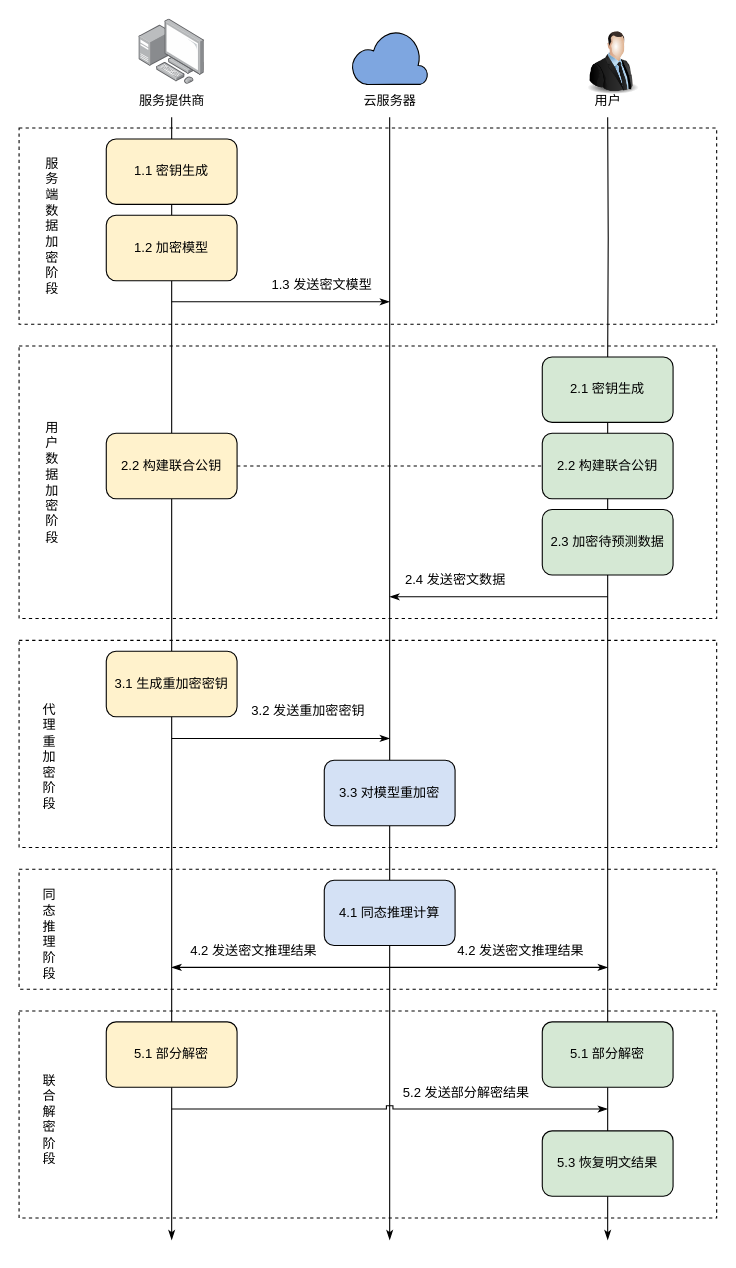
Above: figures/方案流程图.drawio in mokatto/drawio (draw.io), before the change. Source tidied: cells renumbered, new cells numbered last; positions are measured from the earlier drawing's top-left corner, leaving out a move shared by most shapes. Both pictures are drawn from the tidied source at 109%, with x=0, y=0 at pixel (19, 19).
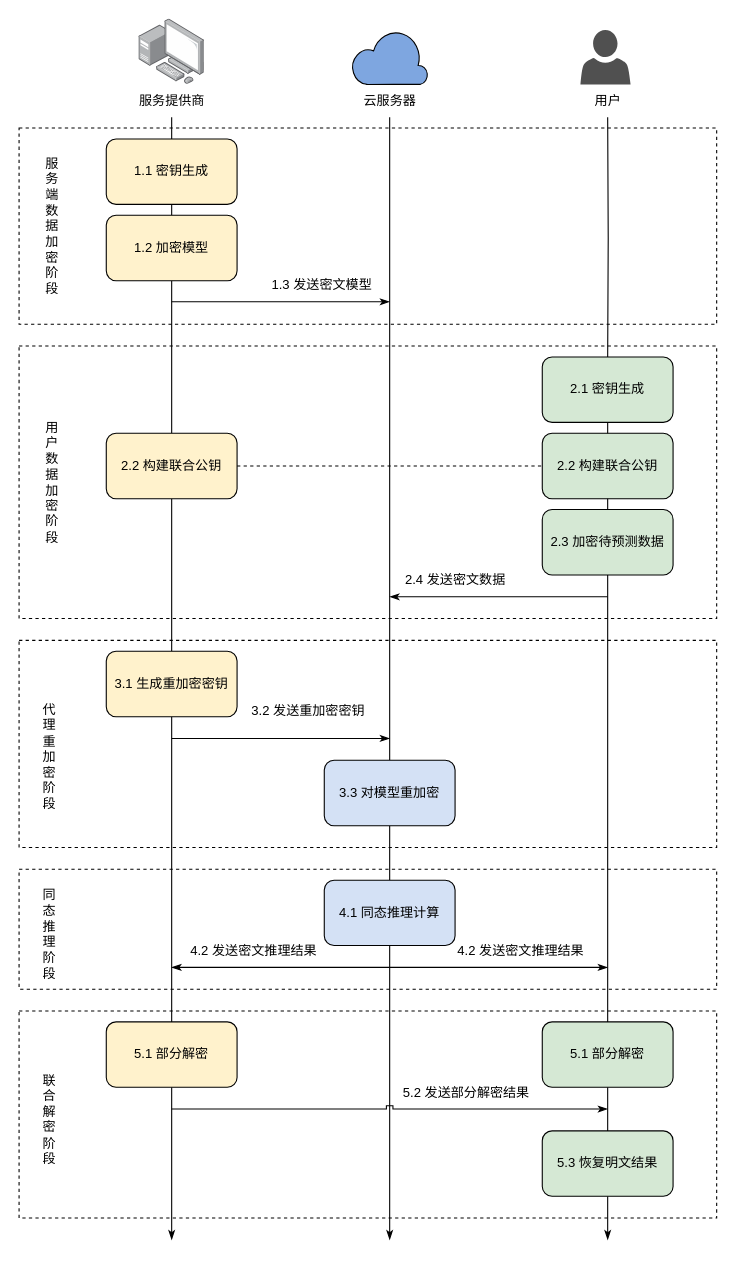
The same diagram, later.

Commit message:
更新方案流程图.drawio

Change to the diagram source:
```diff
@@
-    <mxCell id="7" style="image;html=1;image=img/lib/clip_art/people/Suit_Man_128x128.png;" parent="1" vertex="1">
-      <mxGeometry x="515" y="10" width="60" height="60" as="geometry" />
-    </mxCell>
@@
+    <mxCell id="58" style="sketch=0;shadow=0;dashed=0;html=1;strokeColor=none;fillColor=#505050;labelPosition=center;verticalLabelPosition=bottom;verticalAlign=top;align=center;shape=mxgraph.office.users.user;" parent="1" vertex="1">
+      <mxGeometry x="515" y="10" width="46" height="50" as="geometry" />
+    </mxCell>
```
